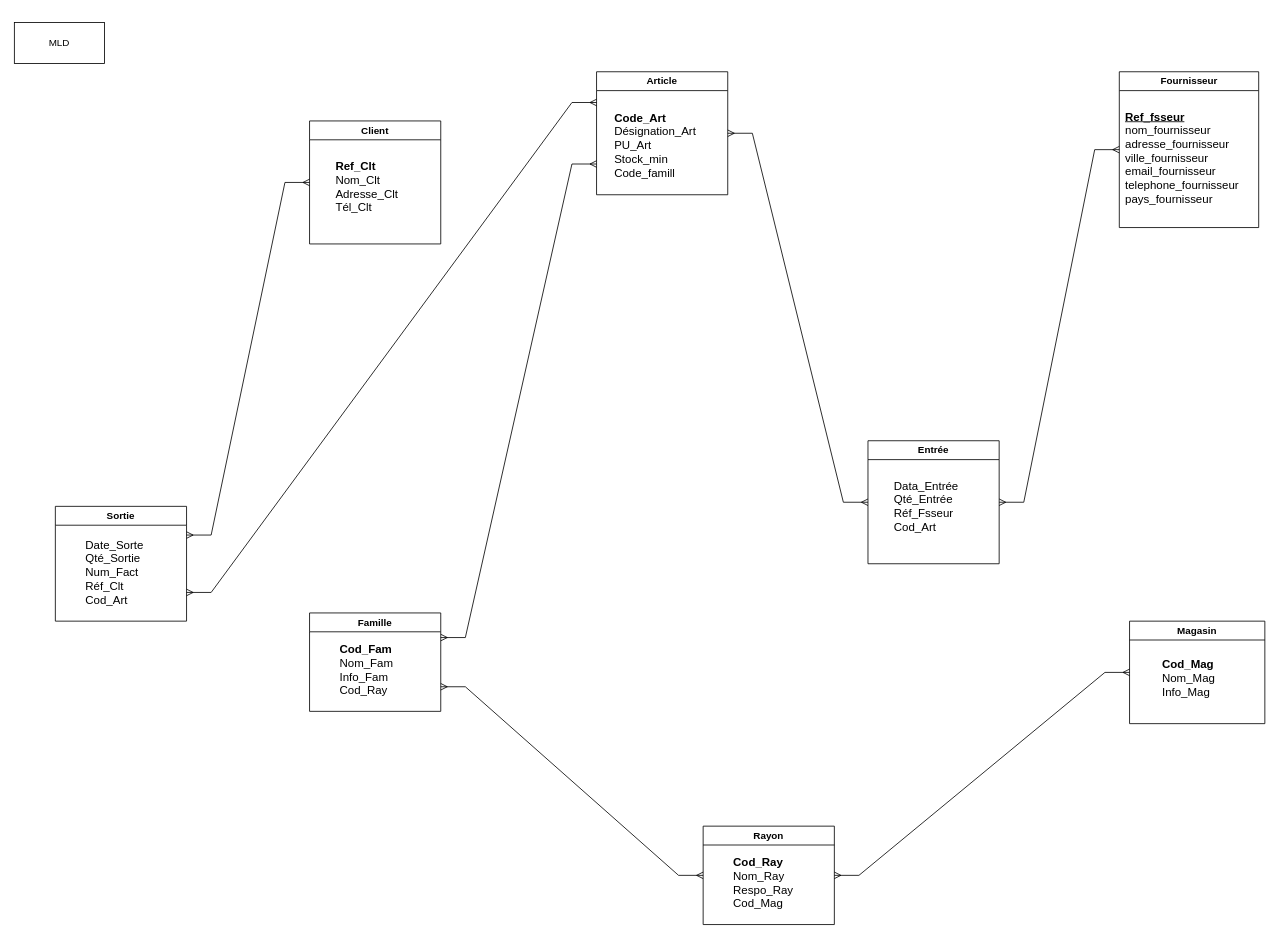
rachellusamba/CO-G.Stock keeps this draw.io diagram as page "MLD" (2 of 3) of G.Stock.drawio. Above is the earlier version. Source tidied: cells renumbered, new cells numbered last; positions are measured from the earlier drawing's top-left corner, leaving out a move shared by most shapes. Both pictures are drawn from the tidied source at 82%, with x=0, y=0 at pixel (14, 22).
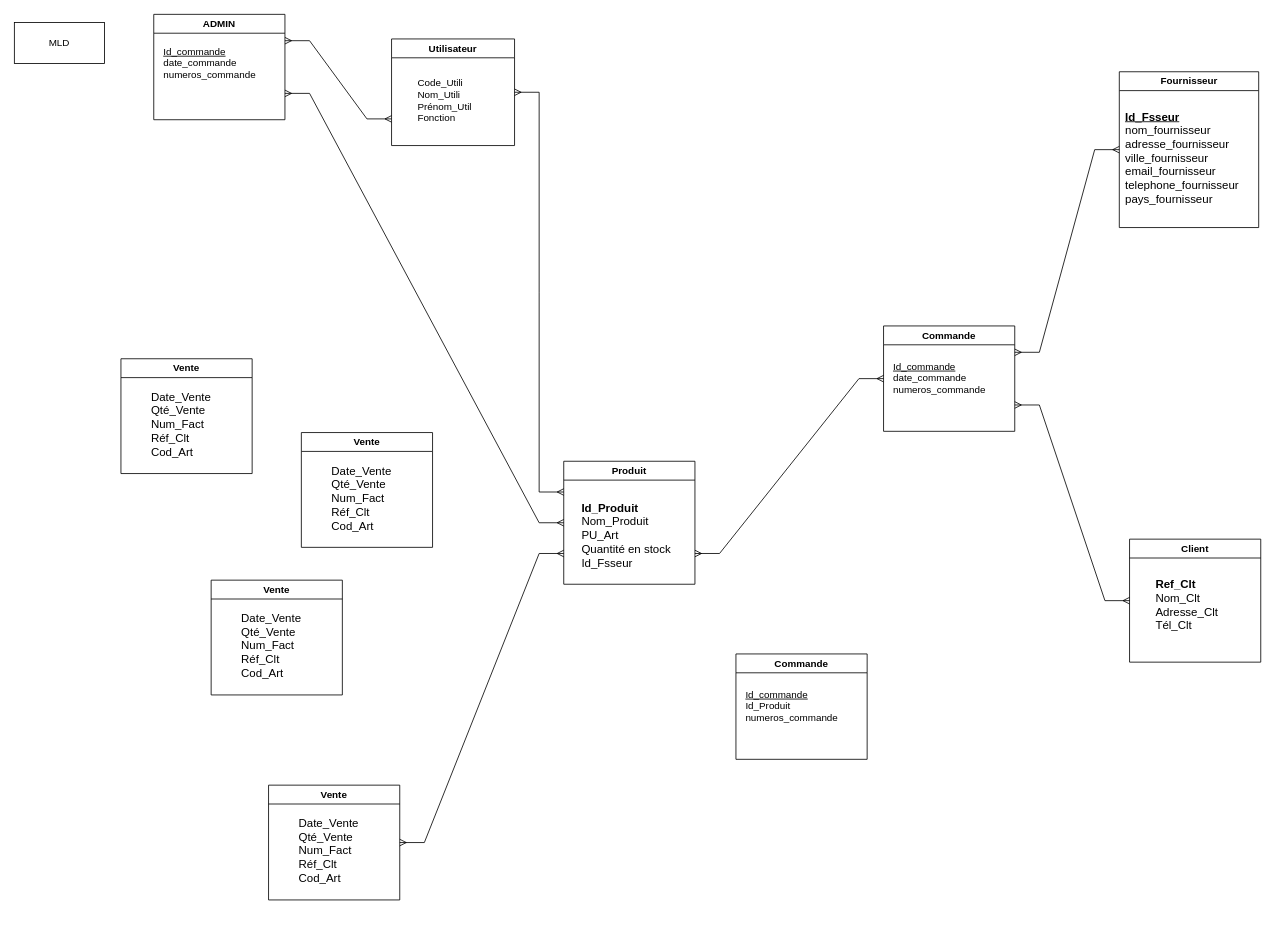
The same page after the edit.

Unchanged cells that the change refers to:
```xml
<mxCell id="12" value="Fournisseur" style="swimlane;whiteSpace=wrap;html=1;" parent="1" vertex="1">
  <mxGeometry x="1347.5" y="60" width="170" height="190" as="geometry" />
</mxCell>
```

What changed in the source:
```diff
@@
     <mxCell id="4" value="Client" style="swimlane;whiteSpace=wrap;html=1;" parent="1" vertex="1">
-      <mxGeometry x="360" y="120" width="160" height="150" as="geometry" />
+      <mxGeometry x="1360" y="630" width="160" height="150" as="geometry" />
     </mxCell>
@@
-    <mxCell id="6" value="Magasin" style="swimlane;whiteSpace=wrap;html=1;" parent="1" vertex="1">
-      <mxGeometry x="1360" y="730" width="165" height="125" as="geometry" />
-    </mxCell>
-    <mxCell id="7" value="&lt;font style=&quot;font-size: 14px;&quot;&gt;&lt;b&gt;Cod_Mag&lt;/b&gt;&lt;br&gt;Nom_Mag&lt;br&gt;Info_Mag&lt;/font&gt;" style="text;html=1;align=left;verticalAlign=middle;strokeColor=none;fillColor=none;" parent="6" vertex="1">
-      <mxGeometry x="37.5" y="40" width="90" height="60" as="geometry" />
-    </mxCell>
-    <mxCell id="8" value="Article" style="swimlane;whiteSpace=wrap;html=1;" parent="1" vertex="1">
-      <mxGeometry x="710" y="60" width="160" height="150" as="geometry" />
+    <mxCell id="8" value="Produit" style="swimlane;whiteSpace=wrap;html=1;" parent="1" vertex="1">
+      <mxGeometry x="670" y="535" width="160" height="150" as="geometry" />
     </mxCell>
-    <mxCell id="9" value="&lt;font style=&quot;font-size: 14px;&quot;&gt;&lt;b&gt;Code_Art&lt;/b&gt;&lt;br&gt;Désignation_Art&lt;br&gt;PU_Art&lt;br&gt;Stock_min&lt;br&gt;Code_famill&lt;/font&gt;" style="text;html=1;align=left;verticalAlign=middle;strokeColor=none;fillColor=none;" parent="8" vertex="1">
-      <mxGeometry x="20" y="40" width="120" height="100" as="geometry" />
+    <mxCell id="9" value="&lt;font style=&quot;font-size: 14px;&quot;&gt;&lt;b&gt;Id_Produit&lt;/b&gt;&lt;br&gt;Nom_Produit&lt;br&gt;PU_Art&lt;br&gt;Quantité en stock&lt;br&gt;Id_Fsseur&lt;br&gt;&lt;/font&gt;" style="text;html=1;align=left;verticalAlign=middle;strokeColor=none;fillColor=none;" parent="8" vertex="1">
+      <mxGeometry x="20" y="40" width="130" height="100" as="geometry" />
     </mxCell>
-    <mxCell id="10" value="Sortie" style="swimlane;whiteSpace=wrap;html=1;startSize=23;" parent="1" vertex="1">
-      <mxGeometry x="50" y="590" width="160" height="140" as="geometry" />
+    <mxCell id="10" value="Vente" style="swimlane;whiteSpace=wrap;html=1;startSize=23;" parent="1" vertex="1">
+      <mxGeometry x="130" y="410" width="160" height="140" as="geometry" />
     </mxCell>
-    <mxCell id="11" value="&lt;font style=&quot;font-size: 14px;&quot;&gt;Date_Sorte&lt;br&gt;Qté_Sortie&lt;br&gt;Num_Fact&lt;br&gt;Réf_Clt&lt;br&gt;Cod_Art&lt;/font&gt;" style="text;html=1;align=left;verticalAlign=middle;strokeColor=none;fillColor=none;" parent="10" vertex="1">
-      <mxGeometry x="35" y="30" width="90" height="100" as="geometry" />
+    <mxCell id="11" value="&lt;font style=&quot;font-size: 14px;&quot;&gt;Date_Vente&lt;br&gt;Qté_Vente&lt;br&gt;Num_Fact&lt;br&gt;Réf_Clt&lt;br&gt;Cod_Art&lt;/font&gt;" style="text;html=1;align=left;verticalAlign=middle;strokeColor=none;fillColor=none;" parent="10" vertex="1">
+      <mxGeometry x="35" y="30" width="100" height="100" as="geometry" />
     </mxCell>
@@
-    <mxCell id="13" value="&lt;div style=&quot;font-size: 14px;&quot; align=&quot;left&quot;&gt;&lt;font style=&quot;font-size: 14px;&quot;&gt;&lt;u&gt;&lt;b&gt;Ref_fsseur&lt;/b&gt;&lt;/u&gt;&lt;br&gt;nom_fournisseur&lt;br&gt;adresse_fournisseur&lt;br&gt;ville_fournisseur&lt;br&gt;email_fournisseur&lt;br&gt;telephone_fournisseur&lt;br&gt;pays_fournisseur&lt;br&gt;&lt;/font&gt;&lt;/div&gt;" style="text;html=1;align=left;verticalAlign=middle;strokeColor=none;fillColor=none;" parent="12" vertex="1">
+    <mxCell id="13" value="&lt;div style=&quot;font-size: 14px;&quot; align=&quot;left&quot;&gt;&lt;font style=&quot;font-size: 14px;&quot;&gt;&lt;u&gt;&lt;b&gt;Id_Fsseur&lt;/b&gt;&lt;/u&gt;&lt;br&gt;nom_fournisseur&lt;br&gt;adresse_fournisseur&lt;br&gt;ville_fournisseur&lt;br&gt;email_fournisseur&lt;br&gt;telephone_fournisseur&lt;br&gt;pays_fournisseur&lt;br&gt;&lt;/font&gt;&lt;/div&gt;" style="text;html=1;align=left;verticalAlign=middle;strokeColor=none;fillColor=none;" parent="12" vertex="1">
       <mxGeometry x="5" y="40" width="160" height="130" as="geometry" />
     </mxCell>
-    <mxCell id="14" value="Famille" style="swimlane;whiteSpace=wrap;html=1;" parent="1" vertex="1">
-      <mxGeometry x="360" y="720" width="160" height="120" as="geometry" />
-    </mxCell>
-    <mxCell id="15" value="&lt;font style=&quot;font-size: 14px;&quot;&gt;&lt;b&gt;Cod_Fam&lt;/b&gt;&lt;br&gt;Nom_Fam&lt;br&gt;Info_Fam&lt;br&gt;Cod_Ray&lt;/font&gt;" style="text;html=1;align=left;verticalAlign=middle;strokeColor=none;fillColor=none;" parent="14" vertex="1">
-      <mxGeometry x="35" y="28.5" width="90" height="80" as="geometry" />
-    </mxCell>
-    <mxCell id="16" value="Entrée" style="swimlane;whiteSpace=wrap;html=1;" parent="1" vertex="1">
-      <mxGeometry x="1041" y="510" width="160" height="150" as="geometry" />
-    </mxCell>
-    <mxCell id="17" value="&lt;div style=&quot;font-size: 14px;&quot; align=&quot;left&quot;&gt;&lt;font style=&quot;font-size: 14px;&quot;&gt;Data_Entrée&lt;br&gt;Qté_Entrée&lt;br&gt;Réf_Fsseur&lt;br&gt;Cod_Art&lt;/font&gt;&lt;/div&gt;" style="text;html=1;align=left;verticalAlign=middle;strokeColor=none;fillColor=none;" parent="16" vertex="1">
-      <mxGeometry x="30" y="40" width="100" height="80" as="geometry" />
-    </mxCell>
-    <mxCell id="18" style="edgeStyle=entityRelationEdgeStyle;fontSize=12;html=1;endArrow=ERmany;startArrow=ERmany;rounded=0;entryX=0;entryY=0.5;entryDx=0;entryDy=0;exitX=1;exitY=0.5;exitDx=0;exitDy=0;" parent="1" edge="1" source="16" target="12">
+    <mxCell id="18" style="edgeStyle=entityRelationEdgeStyle;fontSize=12;html=1;endArrow=ERmany;startArrow=ERmany;rounded=0;entryX=0;entryY=0.5;entryDx=0;entryDy=0;exitX=1;exitY=0.25;exitDx=0;exitDy=0;" parent="1" edge="1" source="38" target="12">
       <mxGeometry relative="1" as="geometry" />
     </mxCell>
-    <mxCell id="19" style="edgeStyle=entityRelationEdgeStyle;fontSize=12;html=1;endArrow=ERmany;startArrow=ERmany;rounded=0;exitX=1;exitY=0.5;exitDx=0;exitDy=0;entryX=0;entryY=0.5;entryDx=0;entryDy=0;" parent="1" edge="1" source="8" target="16">
-      <mxGeometry relative="1" as="geometry" />
+    <mxCell id="19" style="edgeStyle=entityRelationEdgeStyle;fontSize=12;html=1;endArrow=ERmany;startArrow=ERmany;rounded=0;entryX=0;entryY=0.75;entryDx=0;entryDy=0;exitX=1;exitY=0.25;exitDx=0;exitDy=0;" parent="1" edge="1" source="35" target="33">
+      <mxGeometry relative="1" as="geometry">
+        <Array as="points">
+          <mxPoint x="660" y="315" />
+        </Array>
+      </mxGeometry>
     </mxCell>
-    <mxCell id="20" value="Rayon" style="swimlane;whiteSpace=wrap;html=1;" parent="1" vertex="1">
-      <mxGeometry x="840" y="980" width="160" height="120" as="geometry" />
-    </mxCell>
-    <mxCell id="21" value="&lt;font style=&quot;font-size: 14px;&quot;&gt;&lt;b&gt;Cod_Ray&lt;/b&gt;&lt;br&gt;Nom_Ray&lt;br&gt;Respo_Ray&lt;br&gt;Cod_Mag&lt;/font&gt;" style="text;html=1;align=left;verticalAlign=middle;strokeColor=none;fillColor=none;" parent="20" vertex="1">
-      <mxGeometry x="35" y="28.5" width="100" height="80" as="geometry" />
-    </mxCell>
-    <mxCell id="22" style="edgeStyle=entityRelationEdgeStyle;fontSize=12;html=1;endArrow=ERmany;startArrow=ERmany;rounded=0;entryX=0;entryY=0.25;entryDx=0;entryDy=0;exitX=1;exitY=0.75;exitDx=0;exitDy=0;" parent="1" edge="1" source="10" target="8">
-      <mxGeometry relative="1" as="geometry" />
+    <mxCell id="22" style="edgeStyle=entityRelationEdgeStyle;fontSize=12;html=1;endArrow=ERmany;startArrow=ERmany;rounded=0;exitX=1;exitY=0.5;exitDx=0;exitDy=0;entryX=0;entryY=0.25;entryDx=0;entryDy=0;" parent="1" edge="1" source="33" target="8">
+      <mxGeometry relative="1" as="geometry">
+        <Array as="points">
+          <mxPoint x="940" y="200" />
+        </Array>
+      </mxGeometry>
     </mxCell>
-    <mxCell id="23" style="edgeStyle=entityRelationEdgeStyle;fontSize=12;html=1;endArrow=ERmany;startArrow=ERmany;rounded=0;exitX=1;exitY=0.25;exitDx=0;exitDy=0;entryX=0;entryY=0.5;entryDx=0;entryDy=0;" parent="1" edge="1" source="10" target="4">
-      <mxGeometry relative="1" as="geometry" />
-    </mxCell>
-    <mxCell id="24" style="edgeStyle=entityRelationEdgeStyle;fontSize=12;html=1;endArrow=ERmany;startArrow=ERmany;rounded=0;exitX=1;exitY=0.25;exitDx=0;exitDy=0;entryX=0;entryY=0.75;entryDx=0;entryDy=0;" parent="1" edge="1" source="14" target="8">
-      <mxGeometry relative="1" as="geometry" />
-    </mxCell>
-    <mxCell id="25" style="edgeStyle=entityRelationEdgeStyle;fontSize=12;html=1;endArrow=ERmany;startArrow=ERmany;rounded=0;entryX=0;entryY=0.5;entryDx=0;entryDy=0;exitX=1;exitY=0.5;exitDx=0;exitDy=0;" parent="1" edge="1" source="20" target="6">
-      <mxGeometry relative="1" as="geometry" />
-    </mxCell>
-    <mxCell id="26" style="edgeStyle=entityRelationEdgeStyle;fontSize=12;html=1;endArrow=ERmany;startArrow=ERmany;rounded=0;exitX=1;exitY=0.75;exitDx=0;exitDy=0;entryX=0;entryY=0.5;entryDx=0;entryDy=0;" parent="1" edge="1" source="14" target="20">
-      <mxGeometry relative="1" as="geometry" />
+    <mxCell id="26" style="edgeStyle=entityRelationEdgeStyle;fontSize=12;html=1;endArrow=ERmany;startArrow=ERmany;rounded=0;entryX=0;entryY=0.5;entryDx=0;entryDy=0;exitX=1;exitY=0.75;exitDx=0;exitDy=0;" parent="1" edge="1" source="38" target="4">
+      <mxGeometry relative="1" as="geometry">
+        <Array as="points">
+          <mxPoint x="1350" y="650" />
+        </Array>
+      </mxGeometry>
     </mxCell>
+    <mxCell id="27" value="Vente" style="swimlane;whiteSpace=wrap;html=1;startSize=23;" parent="1" vertex="1">
+      <mxGeometry x="240" y="680" width="160" height="140" as="geometry" />
+    </mxCell>
+    <mxCell id="28" value="&lt;font style=&quot;font-size: 14px;&quot;&gt;Date_Vente&lt;br&gt;Qté_Vente&lt;br&gt;Num_Fact&lt;br&gt;Réf_Clt&lt;br&gt;Cod_Art&lt;/font&gt;" style="text;html=1;align=left;verticalAlign=middle;strokeColor=none;fillColor=none;" parent="27" vertex="1">
+      <mxGeometry x="35" y="30" width="100" height="100" as="geometry" />
+    </mxCell>
+    <mxCell id="29" value="Vente" style="swimlane;whiteSpace=wrap;html=1;startSize=23;" parent="1" vertex="1">
+      <mxGeometry x="350" y="500" width="160" height="140" as="geometry" />
+    </mxCell>
+    <mxCell id="30" value="&lt;font style=&quot;font-size: 14px;&quot;&gt;Date_Vente&lt;br&gt;Qté_Vente&lt;br&gt;Num_Fact&lt;br&gt;Réf_Clt&lt;br&gt;Cod_Art&lt;/font&gt;" style="text;html=1;align=left;verticalAlign=middle;strokeColor=none;fillColor=none;" parent="29" vertex="1">
+      <mxGeometry x="35" y="30" width="100" height="100" as="geometry" />
+    </mxCell>
+    <mxCell id="31" value="Vente" style="swimlane;whiteSpace=wrap;html=1;startSize=23;" parent="1" vertex="1">
+      <mxGeometry x="310" y="930" width="160" height="140" as="geometry" />
+    </mxCell>
+    <mxCell id="32" value="&lt;font style=&quot;font-size: 14px;&quot;&gt;Date_Vente&lt;br&gt;Qté_Vente&lt;br&gt;Num_Fact&lt;br&gt;Réf_Clt&lt;br&gt;Cod_Art&lt;/font&gt;" style="text;html=1;align=left;verticalAlign=middle;strokeColor=none;fillColor=none;" parent="31" vertex="1">
+      <mxGeometry x="35" y="30" width="100" height="100" as="geometry" />
+    </mxCell>
+    <mxCell id="33" value="Utilisateur" style="swimlane;whiteSpace=wrap;html=1;" parent="1" vertex="1">
+      <mxGeometry x="460" y="20" width="150" height="130" as="geometry" />
+    </mxCell>
+    <mxCell id="34" value="Code_Utili&lt;br&gt;Nom_Utili&lt;br&gt;Prénom_Util&lt;br&gt;Fonction" style="text;html=1;align=left;verticalAlign=middle;strokeColor=none;fillColor=none;" parent="33" vertex="1">
+      <mxGeometry x="30" y="40" width="90" height="70" as="geometry" />
+    </mxCell>
+    <mxCell id="35" value="ADMIN" style="swimlane;whiteSpace=wrap;html=1;" parent="1" vertex="1">
+      <mxGeometry x="170" y="-10" width="160" height="128.5" as="geometry" />
+    </mxCell>
+    <mxCell id="36" value="&lt;div align=&quot;left&quot;&gt;&lt;u&gt;Id_commande&lt;/u&gt;&lt;br&gt;date_commande&lt;br&gt;numeros_commande&lt;br&gt;&lt;br&gt;&lt;/div&gt;&lt;div align=&quot;left&quot;&gt;&lt;br&gt;&lt;/div&gt;" style="text;html=1;align=left;verticalAlign=middle;strokeColor=none;fillColor=none;" parent="35" vertex="1">
+      <mxGeometry x="10" y="28.5" width="140" height="90" as="geometry" />
+    </mxCell>
+    <mxCell id="37" style="edgeStyle=entityRelationEdgeStyle;fontSize=12;html=1;endArrow=ERmany;startArrow=ERmany;rounded=0;entryX=0;entryY=0.5;entryDx=0;entryDy=0;exitX=1;exitY=0.75;exitDx=0;exitDy=0;" parent="1" edge="1" source="35" target="8">
+      <mxGeometry relative="1" as="geometry" />
+    </mxCell>
+    <mxCell id="38" value="Commande" style="swimlane;whiteSpace=wrap;html=1;" parent="1" vertex="1">
+      <mxGeometry x="1060" y="370" width="160" height="128.5" as="geometry" />
+    </mxCell>
+    <mxCell id="39" value="&lt;div align=&quot;left&quot;&gt;&lt;u&gt;Id_commande&lt;/u&gt;&lt;br&gt;date_commande&lt;br&gt;numeros_commande&lt;br&gt;&lt;br&gt;&lt;/div&gt;&lt;div align=&quot;left&quot;&gt;&lt;br&gt;&lt;/div&gt;" style="text;html=1;align=left;verticalAlign=middle;strokeColor=none;fillColor=none;" parent="38" vertex="1">
+      <mxGeometry x="10" y="33" width="140" height="90" as="geometry" />
+    </mxCell>
+    <mxCell id="40" style="edgeStyle=entityRelationEdgeStyle;fontSize=12;html=1;endArrow=ERmany;startArrow=ERmany;rounded=0;exitX=1;exitY=0.75;exitDx=0;exitDy=0;entryX=0;entryY=0.5;entryDx=0;entryDy=0;" parent="1" edge="1" source="8" target="38">
+      <mxGeometry relative="1" as="geometry" />
+    </mxCell>
+    <mxCell id="41" style="edgeStyle=entityRelationEdgeStyle;fontSize=12;html=1;endArrow=ERmany;startArrow=ERmany;rounded=0;exitX=1;exitY=0.5;exitDx=0;exitDy=0;entryX=0;entryY=0.75;entryDx=0;entryDy=0;" parent="1" edge="1" source="31" target="8">
+      <mxGeometry relative="1" as="geometry" />
+    </mxCell>
+    <mxCell id="42" value="Commande" style="swimlane;whiteSpace=wrap;html=1;" parent="1" vertex="1">
+      <mxGeometry x="880" y="770" width="160" height="128.5" as="geometry" />
+    </mxCell>
+    <mxCell id="43" value="&lt;div align=&quot;left&quot;&gt;&lt;u&gt;Id_commande&lt;/u&gt;&lt;br&gt;Id_Produit&lt;br&gt;numeros_commande&lt;br&gt;&lt;br&gt;&lt;/div&gt;&lt;div align=&quot;left&quot;&gt;&lt;br&gt;&lt;/div&gt;" style="text;html=1;align=left;verticalAlign=middle;strokeColor=none;fillColor=none;" parent="42" vertex="1">
+      <mxGeometry x="10" y="33" width="140" height="90" as="geometry" />
+    </mxCell>
```
